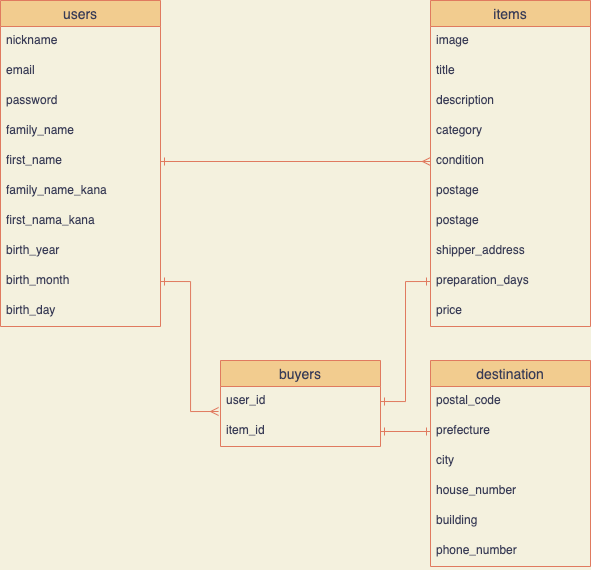
This is ERdiagram.png from supplepom/furima-32578, a draw.io export, as it was before one commit. Source tidied: cells renumbered, new cells last; positions are measured from the earlier drawing's top-left corner, leaving out a move shared by most shapes.
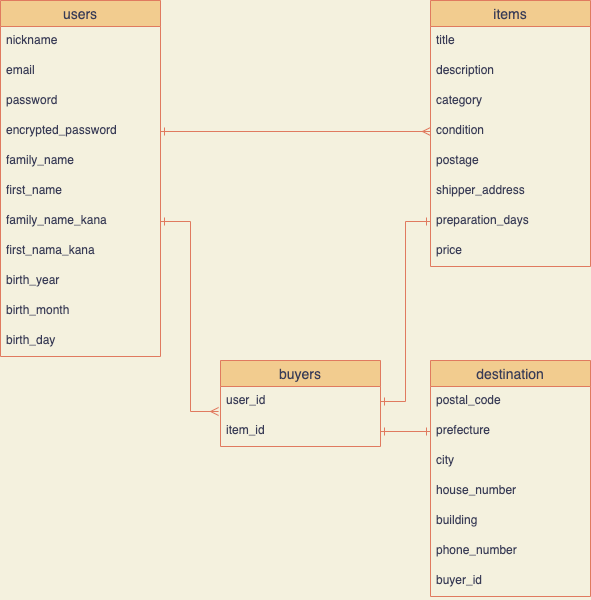
Later version of the same file.

Diff of the diagram source:
```diff
@@ -3,7 +3,7 @@
     <mxCell id="0" />
     <mxCell id="1" parent="0" />
     <mxCell id="2" value="users" style="swimlane;fontStyle=0;horizontal=1;startSize=26;align=center;fontSize=14;fillColor=#F2CC8F;strokeColor=#E07A5F;fontColor=#393C56;" parent="1" vertex="1">
-      <mxGeometry width="160" height="326" as="geometry" />
+      <mxGeometry width="160" height="356" as="geometry" />
     </mxCell>
     <mxCell id="3" value="nickname" style="text;strokeColor=none;fillColor=none;spacingLeft=4;spacingRight=4;overflow=hidden;fontSize=12;fontColor=#393C56;" parent="2" vertex="1">
       <mxGeometry y="26" width="160" height="30" as="geometry" />
@@ -14,26 +14,29 @@
     <mxCell id="5" value="password" style="text;strokeColor=none;fillColor=none;spacingLeft=4;spacingRight=4;overflow=hidden;fontSize=12;fontColor=#393C56;" parent="2" vertex="1">
       <mxGeometry y="86" width="160" height="30" as="geometry" />
     </mxCell>
+    <mxCell id="38" value="encrypted_password" style="text;strokeColor=none;fillColor=none;spacingLeft=4;spacingRight=4;overflow=hidden;fontSize=12;fontColor=#393C56;" parent="2" vertex="1">
+      <mxGeometry y="116" width="160" height="30" as="geometry" />
+    </mxCell>
     <mxCell id="6" value="family_name" style="text;strokeColor=none;fillColor=none;spacingLeft=4;spacingRight=4;overflow=hidden;fontSize=12;fontColor=#393C56;" parent="2" vertex="1">
-      <mxGeometry y="116" width="160" height="30" as="geometry" />
+      <mxGeometry y="146" width="160" height="30" as="geometry" />
     </mxCell>
     <mxCell id="7" value="first_name" style="text;strokeColor=none;fillColor=none;spacingLeft=4;spacingRight=4;overflow=hidden;points=[[0,0.5],[1,0.5]];portConstraint=eastwest;fontSize=12;fontColor=#393C56;" parent="2" vertex="1">
-      <mxGeometry y="146" width="160" height="30" as="geometry" />
+      <mxGeometry y="176" width="160" height="30" as="geometry" />
     </mxCell>
     <mxCell id="8" value="family_name_kana" style="text;strokeColor=none;fillColor=none;spacingLeft=4;spacingRight=4;overflow=hidden;points=[[0,0.5],[1,0.5]];portConstraint=eastwest;fontSize=12;fontColor=#393C56;" parent="2" vertex="1">
-      <mxGeometry y="176" width="160" height="30" as="geometry" />
+      <mxGeometry y="206" width="160" height="30" as="geometry" />
     </mxCell>
     <mxCell id="9" value="first_nama_kana" style="text;strokeColor=none;fillColor=none;spacingLeft=4;spacingRight=4;overflow=hidden;fontSize=12;fontColor=#393C56;" parent="2" vertex="1">
-      <mxGeometry y="206" width="160" height="30" as="geometry" />
+      <mxGeometry y="236" width="160" height="30" as="geometry" />
     </mxCell>
     <mxCell id="10" value="birth_year" style="text;strokeColor=none;fillColor=none;spacingLeft=4;spacingRight=4;overflow=hidden;fontSize=12;fontColor=#393C56;" parent="2" vertex="1">
-      <mxGeometry y="236" width="160" height="30" as="geometry" />
+      <mxGeometry y="266" width="160" height="30" as="geometry" />
     </mxCell>
     <mxCell id="11" value="birth_month" style="text;strokeColor=none;fillColor=none;spacingLeft=4;spacingRight=4;overflow=hidden;points=[[0,0.5],[1,0.5]];portConstraint=eastwest;fontSize=12;fontColor=#393C56;" parent="2" vertex="1">
-      <mxGeometry y="266" width="160" height="30" as="geometry" />
+      <mxGeometry y="296" width="160" height="30" as="geometry" />
     </mxCell>
     <mxCell id="12" value="birth_day" style="text;strokeColor=none;fillColor=none;spacingLeft=4;spacingRight=4;overflow=hidden;fontSize=12;fontColor=#393C56;" parent="2" vertex="1">
-      <mxGeometry y="296" width="160" height="30" as="geometry" />
+      <mxGeometry y="326" width="160" height="30" as="geometry" />
     </mxCell>
     <mxCell id="13" value="buyers" style="swimlane;fontStyle=0;horizontal=1;startSize=26;align=center;fontSize=14;fillColor=#F2CC8F;strokeColor=#E07A5F;fontColor=#393C56;" parent="1" vertex="1">
       <mxGeometry x="220" y="360" width="160" height="86" as="geometry" />
@@ -45,7 +48,7 @@
       <mxGeometry y="56" width="160" height="30" as="geometry" />
     </mxCell>
     <mxCell id="16" value="destination" style="swimlane;fontStyle=0;horizontal=1;startSize=26;align=center;fontSize=14;fillColor=#F2CC8F;strokeColor=#E07A5F;fontColor=#393C56;" parent="1" vertex="1">
-      <mxGeometry x="430" y="360" width="160" height="206" as="geometry" />
+      <mxGeometry x="430" y="360" width="160" height="236" as="geometry" />
     </mxCell>
     <mxCell id="17" value="postal_code" style="text;strokeColor=none;fillColor=none;spacingLeft=4;spacingRight=4;overflow=hidden;fontSize=12;fontColor=#393C56;" parent="16" vertex="1">
       <mxGeometry y="26" width="160" height="30" as="geometry" />
@@ -65,46 +68,48 @@
     <mxCell id="22" value="phone_number" style="text;strokeColor=none;fillColor=none;spacingLeft=4;spacingRight=4;overflow=hidden;fontSize=12;fontColor=#393C56;" parent="16" vertex="1">
       <mxGeometry y="176" width="160" height="30" as="geometry" />
     </mxCell>
+    <mxCell id="39" value="buyer_id" style="text;strokeColor=none;fillColor=none;spacingLeft=4;spacingRight=4;overflow=hidden;fontSize=12;fontColor=#393C56;" parent="16" vertex="1">
+      <mxGeometry y="206" width="160" height="30" as="geometry" />
+    </mxCell>
     <mxCell id="23" value="items" style="swimlane;fontStyle=0;horizontal=1;startSize=26;align=center;fontSize=14;fillColor=#F2CC8F;strokeColor=#E07A5F;fontColor=#393C56;" parent="1" vertex="1">
-      <mxGeometry x="430" width="160" height="326" as="geometry" />
+      <mxGeometry x="430" width="160" height="266" as="geometry" />
     </mxCell>
-    <mxCell id="24" value="image" style="text;strokeColor=none;fillColor=none;spacingLeft=4;spacingRight=4;overflow=hidden;fontSize=12;fontColor=#393C56;" parent="23" vertex="1">
-      <mxGeometry y="26" width="160" height="30" as="geometry" />
-    </mxCell>
     <mxCell id="25" value="title" style="text;strokeColor=none;fillColor=none;spacingLeft=4;spacingRight=4;overflow=hidden;fontSize=12;fontColor=#393C56;" parent="23" vertex="1">
-      <mxGeometry y="56" width="160" height="30" as="geometry" />
+      <mxGeometry y="26" width="160" height="30" as="geometry" />
     </mxCell>
     <mxCell id="26" value="description" style="text;strokeColor=none;fillColor=none;spacingLeft=4;spacingRight=4;overflow=hidden;fontSize=12;fontColor=#393C56;" parent="23" vertex="1">
-      <mxGeometry y="86" width="160" height="30" as="geometry" />
+      <mxGeometry y="56" width="160" height="30" as="geometry" />
     </mxCell>
     <mxCell id="27" value="category" style="text;strokeColor=none;fillColor=none;spacingLeft=4;spacingRight=4;overflow=hidden;fontSize=12;fontColor=#393C56;" parent="23" vertex="1">
-      <mxGeometry y="116" width="160" height="30" as="geometry" />
+      <mxGeometry y="86" width="160" height="30" as="geometry" />
     </mxCell>
     <mxCell id="28" value="condition" style="text;strokeColor=none;fillColor=none;spacingLeft=4;spacingRight=4;overflow=hidden;points=[[0,0.5],[1,0.5]];portConstraint=eastwest;fontSize=12;fontColor=#393C56;" parent="23" vertex="1">
-      <mxGeometry y="146" width="160" height="30" as="geometry" />
+      <mxGeometry y="116" width="160" height="30" as="geometry" />
     </mxCell>
     <mxCell id="29" value="postage" style="text;strokeColor=none;fillColor=none;spacingLeft=4;spacingRight=4;overflow=hidden;fontSize=12;fontColor=#393C56;" parent="23" vertex="1">
-      <mxGeometry y="176" width="160" height="30" as="geometry" />
+      <mxGeometry y="146" width="160" height="30" as="geometry" />
     </mxCell>
-    <mxCell id="30" value="postage" style="text;strokeColor=none;fillColor=none;spacingLeft=4;spacingRight=4;overflow=hidden;fontSize=12;fontColor=#393C56;" parent="23" vertex="1">
-      <mxGeometry y="206" width="160" height="30" as="geometry" />
-    </mxCell>
     <mxCell id="31" value="shipper_address" style="text;strokeColor=none;fillColor=none;spacingLeft=4;spacingRight=4;overflow=hidden;fontSize=12;fontColor=#393C56;" parent="23" vertex="1">
-      <mxGeometry y="236" width="160" height="30" as="geometry" />
+      <mxGeometry y="176" width="160" height="30" as="geometry" />
     </mxCell>
     <mxCell id="32" value="preparation_days" style="text;strokeColor=none;fillColor=none;spacingLeft=4;spacingRight=4;overflow=hidden;points=[[0,0.5],[1,0.5]];portConstraint=eastwest;fontSize=12;fontColor=#393C56;" parent="23" vertex="1">
-      <mxGeometry y="266" width="160" height="30" as="geometry" />
+      <mxGeometry y="206" width="160" height="30" as="geometry" />
     </mxCell>
     <mxCell id="33" value="price" style="text;strokeColor=none;fillColor=none;spacingLeft=4;spacingRight=4;overflow=hidden;fontSize=12;fontColor=#393C56;" parent="23" vertex="1">
-      <mxGeometry y="296" width="160" height="30" as="geometry" />
+      <mxGeometry y="236" width="160" height="30" as="geometry" />
     </mxCell>
-    <mxCell id="34" style="edgeStyle=orthogonalEdgeStyle;rounded=0;jettySize=auto;html=1;exitX=1;exitY=0.5;exitDx=0;exitDy=0;entryX=0;entryY=0.5;entryDx=0;entryDy=0;endArrow=ERmany;endFill=0;startArrow=ERone;startFill=0;labelBackgroundColor=#F4F1DE;strokeColor=#E07A5F;fontColor=#393C56;" parent="1" edge="1" source="7" target="28">
-      <mxGeometry relative="1" as="geometry" />
+    <mxCell id="34" style="edgeStyle=orthogonalEdgeStyle;rounded=0;jettySize=auto;html=1;entryX=0;entryY=0.5;entryDx=0;entryDy=0;endArrow=ERmany;endFill=0;startArrow=ERone;startFill=0;labelBackgroundColor=#F4F1DE;strokeColor=#E07A5F;fontColor=#393C56;" parent="1" edge="1" target="28">
+      <mxGeometry relative="1" as="geometry">
+        <mxPoint x="160" y="131" as="sourcePoint" />
+        <Array as="points">
+          <mxPoint x="160" y="131" />
+        </Array>
+      </mxGeometry>
     </mxCell>
     <mxCell id="35" style="edgeStyle=orthogonalEdgeStyle;rounded=0;jettySize=auto;html=1;exitX=1;exitY=0.5;exitDx=0;exitDy=0;entryX=0;entryY=0.5;entryDx=0;entryDy=0;startArrow=ERone;startFill=0;endArrow=ERone;endFill=0;strokeColor=#E07A5F;labelBackgroundColor=#F4F1DE;fontColor=#393C56;" parent="1" edge="1" source="15" target="18">
       <mxGeometry relative="1" as="geometry" />
     </mxCell>
-    <mxCell id="36" style="edgeStyle=orthogonalEdgeStyle;rounded=0;jettySize=auto;html=1;exitX=1;exitY=0.5;exitDx=0;exitDy=0;entryX=-0.012;entryY=0.833;entryDx=0;entryDy=0;entryPerimeter=0;startArrow=ERone;startFill=0;endArrow=ERmany;endFill=0;strokeColor=#E07A5F;labelBackgroundColor=#F4F1DE;fontColor=#393C56;" parent="1" edge="1" source="11" target="14">
+    <mxCell id="36" style="edgeStyle=orthogonalEdgeStyle;rounded=0;jettySize=auto;html=1;exitX=1;exitY=0.5;exitDx=0;exitDy=0;entryX=-0.012;entryY=0.833;entryDx=0;entryDy=0;entryPerimeter=0;startArrow=ERone;startFill=0;endArrow=ERmany;endFill=0;strokeColor=#E07A5F;labelBackgroundColor=#F4F1DE;fontColor=#393C56;" parent="1" edge="1" source="8" target="14">
       <mxGeometry relative="1" as="geometry" />
     </mxCell>
     <mxCell id="37" style="edgeStyle=orthogonalEdgeStyle;rounded=0;jettySize=auto;html=1;exitX=0;exitY=0.5;exitDx=0;exitDy=0;entryX=1;entryY=0.5;entryDx=0;entryDy=0;startArrow=ERone;startFill=0;endArrow=ERone;endFill=0;strokeColor=#E07A5F;labelBackgroundColor=#F4F1DE;fontColor=#393C56;" parent="1" edge="1" source="32" target="14">
```
